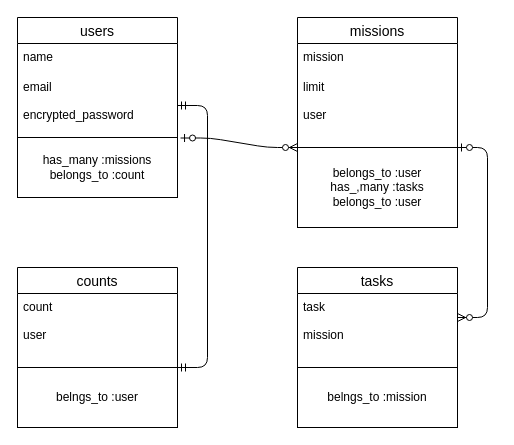
Above: er.dio in taishi0502/addtaskii (draw.io), before the change. Source tidied: cells renumbered, new cells numbered last; positions are measured from the earlier drawing's top-left corner, leaving out a move shared by most shapes. Both pictures are drawn from the tidied source at 100%, with x=0, y=0 at pixel (17, 17).
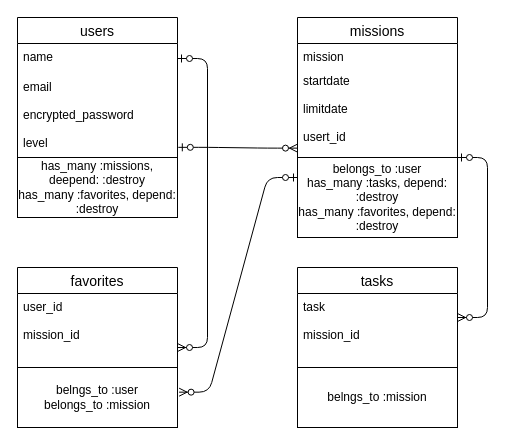
The same diagram, later.

Diff of the diagram source:
```diff
@@
 <mxGraphModel>
   <root>
     <mxCell id="0" />
     <mxCell id="1" parent="0" />
     <mxCell id="2" value="users" style="swimlane;fontStyle=0;horizontal=1;startSize=26;align=center;fontSize=14;" parent="1" vertex="1">
-      <mxGeometry width="160" height="120" as="geometry" />
+      <mxGeometry width="160" height="140" as="geometry" />
     </mxCell>
     <mxCell id="3" value="name" style="text;strokeColor=none;fillColor=none;spacingLeft=4;spacingRight=4;overflow=hidden;points=[[0,0.5],[1,0.5]];portConstraint=eastwest;fontSize=12;" parent="2" vertex="1">
       <mxGeometry y="26" width="160" height="30" as="geometry" />
     </mxCell>
-    <mxCell id="4" value="email&#10;&#10;encrypted_password" style="text;strokeColor=none;fillColor=none;spacingLeft=4;spacingRight=4;overflow=hidden;points=[[0,0.5],[1,0.5]];portConstraint=eastwest;fontSize=12;" parent="2" vertex="1">
-      <mxGeometry y="56" width="160" height="64" as="geometry" />
+    <mxCell id="4" value="email&#10;&#10;encrypted_password&#10;&#10;level&#10;" style="text;strokeColor=none;fillColor=none;spacingLeft=4;spacingRight=4;overflow=hidden;points=[[0,0.5],[1,0.5]];portConstraint=eastwest;fontSize=12;" parent="2" vertex="1">
+      <mxGeometry y="56" width="160" height="84" as="geometry" />
     </mxCell>
     <mxCell id="5" value="tasks" style="swimlane;fontStyle=0;horizontal=1;startSize=26;align=center;fontSize=14;" parent="1" vertex="1">
       <mxGeometry x="280" y="250" width="160" height="100" as="geometry" />
     </mxCell>
-    <mxCell id="6" value="task&#10;&#10;mission" style="text;strokeColor=none;fillColor=none;spacingLeft=4;spacingRight=4;overflow=hidden;fontSize=12;" parent="5" vertex="1">
+    <mxCell id="6" value="task&#10;&#10;mission_id" style="text;strokeColor=none;fillColor=none;spacingLeft=4;spacingRight=4;overflow=hidden;fontSize=12;" parent="5" vertex="1">
       <mxGeometry y="26" width="160" height="74" as="geometry" />
     </mxCell>
     <mxCell id="7" value="missions" style="swimlane;fontStyle=0;horizontal=1;startSize=26;align=center;fontSize=14;" parent="1" vertex="1">
-      <mxGeometry x="280" width="160" height="130" as="geometry" />
+      <mxGeometry x="280" width="160" height="220" as="geometry" />
     </mxCell>
     <mxCell id="8" value="mission" style="text;strokeColor=none;fillColor=none;spacingLeft=4;spacingRight=4;overflow=hidden;fontSize=12;" parent="7" vertex="1">
-      <mxGeometry y="26" width="160" height="30" as="geometry" />
+      <mxGeometry y="26" width="160" height="24" as="geometry" />
     </mxCell>
-    <mxCell id="9" value="limit&#10;&#10;user" style="text;strokeColor=none;fillColor=none;spacingLeft=4;spacingRight=4;overflow=hidden;points=[[0,0.5],[1,0.5]];portConstraint=eastwest;fontSize=12;" parent="7" vertex="1">
-      <mxGeometry y="56" width="160" height="74" as="geometry" />
+    <mxCell id="9" value="startdate&#10;&#10;limitdate&#10;&#10;usert_id&#10;" style="text;strokeColor=none;fillColor=none;spacingLeft=4;spacingRight=4;overflow=hidden;points=[[0,0.5],[1,0.5]];portConstraint=eastwest;fontSize=12;" parent="7" vertex="1">
+      <mxGeometry y="50" width="160" height="90" as="geometry" />
     </mxCell>
-    <mxCell id="10" value="belongs_to :user&lt;br&gt;has_,many :tasks&lt;br&gt;belongs_to :user" style="whiteSpace=wrap;html=1;align=center;" parent="1" vertex="1">
-      <mxGeometry x="280" y="130" width="160" height="80" as="geometry" />
+    <mxCell id="10" value="belongs_to :user&lt;br&gt;has_many :tasks, depend: :destroy&lt;br&gt;has_many :favorites, depend: :destroy" style="whiteSpace=wrap;html=1;align=center;" parent="7" vertex="1">
+      <mxGeometry y="140" width="160" height="80" as="geometry" />
     </mxCell>
-    <mxCell id="11" value="has_many :missions&lt;br&gt;belongs_to :count" style="whiteSpace=wrap;html=1;align=center;" parent="1" vertex="1">
-      <mxGeometry y="120" width="160" height="60" as="geometry" />
+    <mxCell id="11" value="has_many :missions, deepend: :destroy&lt;br&gt;has_many :favorites, depend: :destroy" style="whiteSpace=wrap;html=1;align=center;" parent="1" vertex="1">
+      <mxGeometry y="140" width="160" height="60" as="geometry" />
     </mxCell>
-    <mxCell id="12" style="edgeStyle=entityRelationEdgeStyle;fontSize=12;html=1;endArrow=ERzeroToMany;startArrow=ERzeroToOne;exitX=1.019;exitY=1.008;exitDx=0;exitDy=0;entryX=0;entryY=0;entryDx=0;entryDy=0;exitPerimeter=0;" parent="1" edge="1" source="4" target="10">
+    <mxCell id="12" style="edgeStyle=entityRelationEdgeStyle;fontSize=12;html=1;endArrow=ERzeroToMany;startArrow=ERzeroToOne;exitX=1.005;exitY=0.879;exitDx=0;exitDy=0;entryX=0;entryY=0.896;entryDx=0;entryDy=0;exitPerimeter=0;entryPerimeter=0;" parent="1" edge="1" source="4" target="9">
       <mxGeometry relative="1" as="geometry" />
     </mxCell>
     <mxCell id="13" style="edgeStyle=entityRelationEdgeStyle;fontSize=12;html=1;endArrow=ERzeroToMany;startArrow=ERzeroToOne;exitX=1;exitY=0;exitDx=0;exitDy=0;" parent="1" edge="1" source="10" target="5">
       <mxGeometry relative="1" as="geometry" />
     </mxCell>
     <mxCell id="14" value="belngs_to :mission" style="whiteSpace=wrap;html=1;align=center;" parent="1" vertex="1">
       <mxGeometry x="280" y="350" width="160" height="60" as="geometry" />
     </mxCell>
-    <mxCell id="15" value="counts" style="swimlane;fontStyle=0;horizontal=1;startSize=26;align=center;fontSize=14;" parent="1" vertex="1">
+    <mxCell id="15" value="favorites" style="swimlane;fontStyle=0;horizontal=1;startSize=26;align=center;fontSize=14;" parent="1" vertex="1">
       <mxGeometry y="250" width="160" height="100" as="geometry" />
     </mxCell>
-    <mxCell id="16" value="count&#10;&#10;user" style="text;strokeColor=none;fillColor=none;spacingLeft=4;spacingRight=4;overflow=hidden;points=[[0,0.5],[1,0.5]];portConstraint=eastwest;fontSize=12;" parent="15" vertex="1">
+    <mxCell id="16" value="user_id&#10;&#10;mission_id" style="text;strokeColor=none;fillColor=none;spacingLeft=4;spacingRight=4;overflow=hidden;points=[[0,0.5],[1,0.5]];portConstraint=eastwest;fontSize=12;" parent="15" vertex="1">
       <mxGeometry y="26" width="160" height="74" as="geometry" />
     </mxCell>
-    <mxCell id="17" value="belngs_to :user" style="whiteSpace=wrap;html=1;align=center;" parent="1" vertex="1">
+    <mxCell id="17" value="belngs_to :user&lt;br&gt;belongs_to :mission" style="whiteSpace=wrap;html=1;align=center;" parent="1" vertex="1">
       <mxGeometry y="350" width="160" height="60" as="geometry" />
     </mxCell>
-    <mxCell id="18" style="edgeStyle=entityRelationEdgeStyle;fontSize=12;html=1;endArrow=ERmandOne;startArrow=ERmandOne;exitX=1;exitY=0;exitDx=0;exitDy=0;entryX=1;entryY=0.5;entryDx=0;entryDy=0;" parent="1" edge="1" source="17" target="4">
-      <mxGeometry relative="1" as="geometry" />
-    </mxCell>
+    <mxCell id="19" style="edgeStyle=entityRelationEdgeStyle;fontSize=12;html=1;endArrow=ERzeroToMany;startArrow=ERzeroToOne;exitX=1;exitY=0.5;exitDx=0;exitDy=0;entryX=1;entryY=0.73;entryDx=0;entryDy=0;entryPerimeter=0;" parent="1" edge="1" source="3" target="16">
+      <mxGeometry relative="1" as="geometry" />
+    </mxCell>
+    <mxCell id="20" style="edgeStyle=entityRelationEdgeStyle;fontSize=12;html=1;endArrow=ERzeroToMany;startArrow=ERzeroToOne;exitX=0;exitY=0.25;exitDx=0;exitDy=0;entryX=1.01;entryY=0.411;entryDx=0;entryDy=0;entryPerimeter=0;" parent="1" edge="1" source="10" target="17">
+      <mxGeometry relative="1" as="geometry" />
+    </mxCell>
   </root>
 </mxGraphModel>
```
